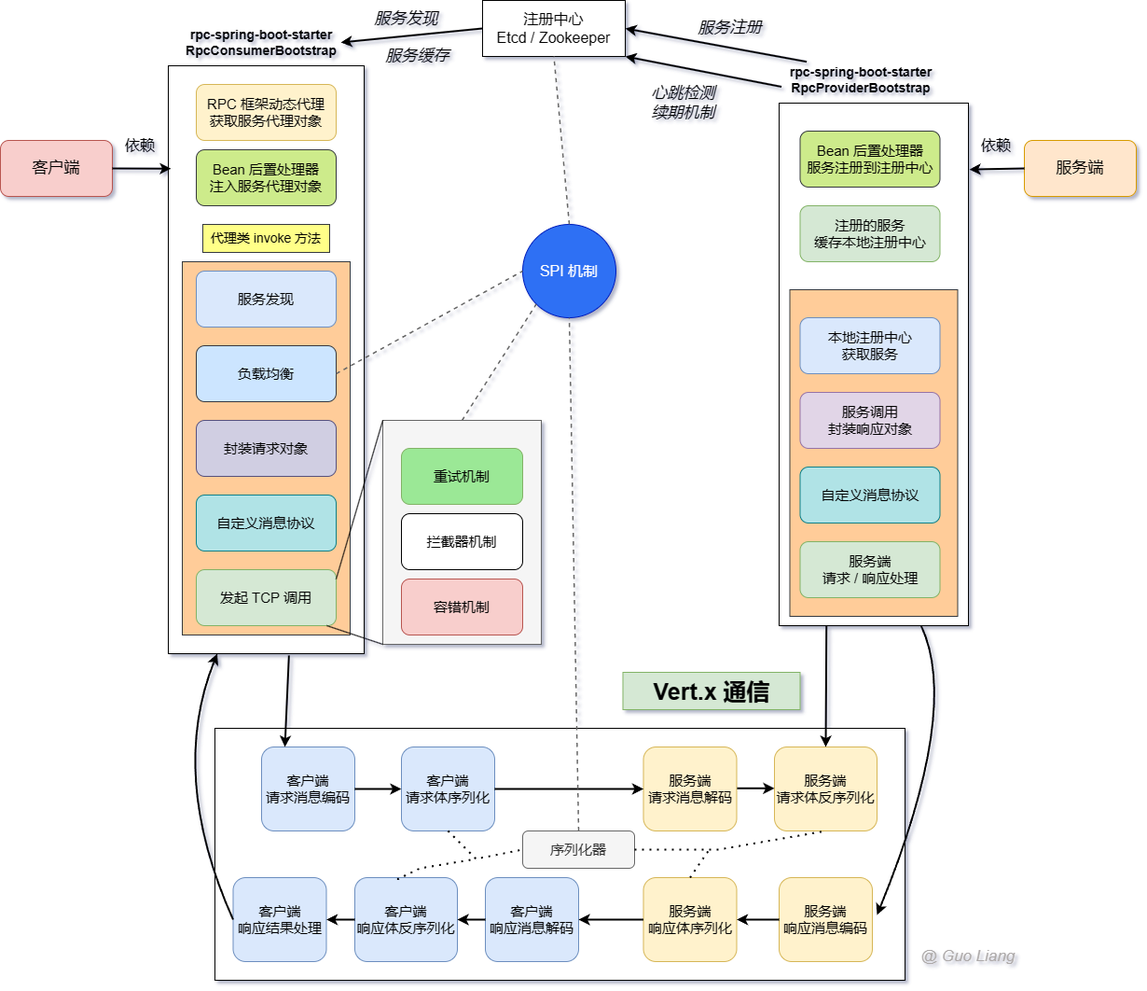
Above: docs/rpc.png in LiangG0329/my-rpc (draw.io), before the change. Source tidied: cells renumbered, new cells last; positions are measured from the earlier drawing's top-left corner, leaving out a move shared by most shapes.
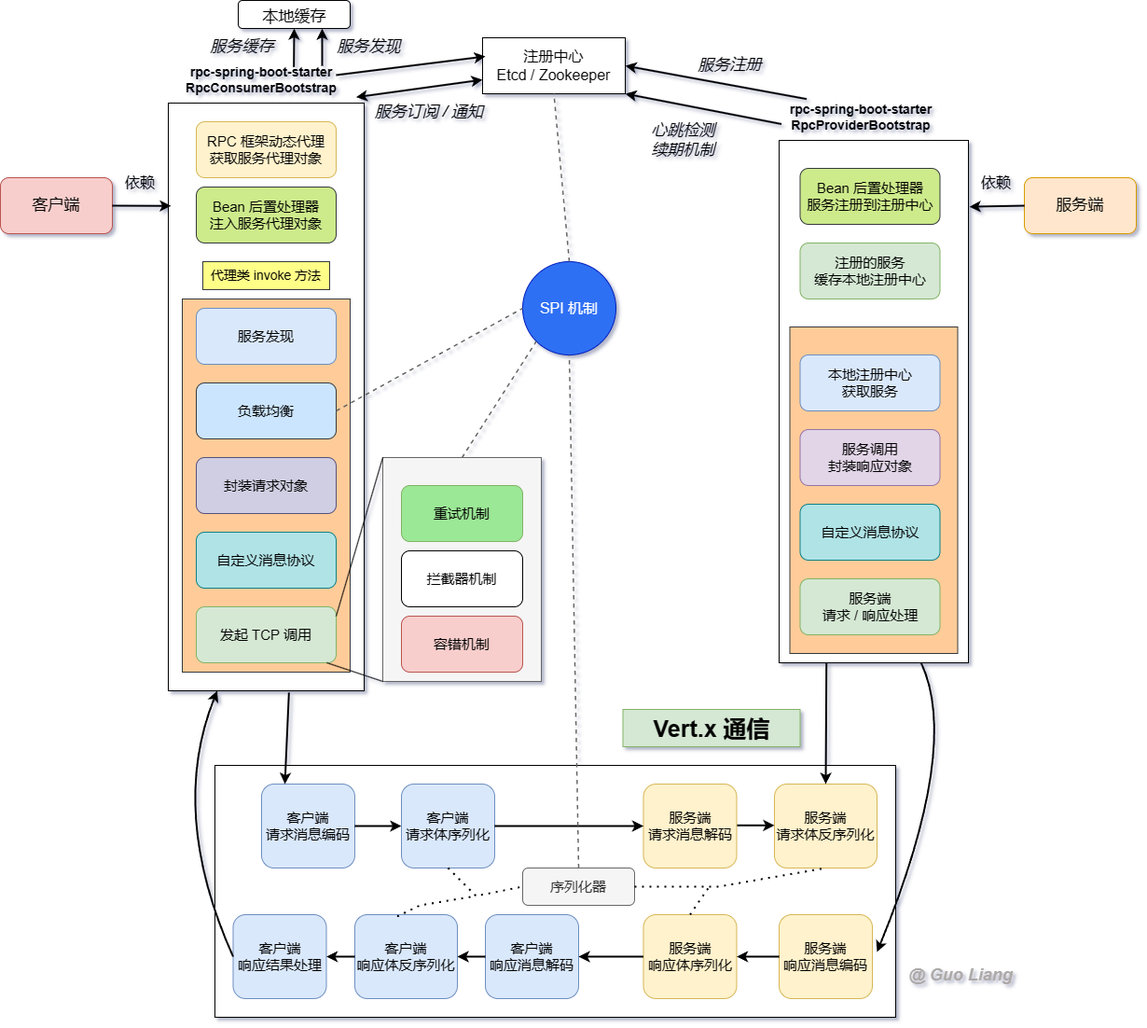
Above is the later version.

What changed in the source:
```diff
@@ -2,6 +2,9 @@
   <root>
     <mxCell id="0" />
     <mxCell id="1" parent="0" />
+    <mxCell id="77" style="rounded=1;whiteSpace=wrap;html=1;" parent="1" vertex="1">
+      <mxGeometry x="255" y="-40" width="120" height="30" as="geometry" />
+    </mxCell>
     <mxCell id="2" style="rounded=0;whiteSpace=wrap;html=1;fillColor=#f5f5f5;fontColor=#333333;strokeColor=#666666;" parent="1" vertex="1">
       <mxGeometry x="410" y="450" width="170" height="240" as="geometry" />
     </mxCell>
@@ -69,7 +72,7 @@
       <mxGeometry x="210" y="610" width="150" height="60" as="geometry" />
     </mxCell>
     <mxCell id="24" style="rounded=0;whiteSpace=wrap;html=1;" parent="1" vertex="1">
-      <mxGeometry x="230" y="780" width="740" height="270" as="geometry" />
+      <mxGeometry x="230" y="780" width="730" height="270" as="geometry" />
     </mxCell>
     <mxCell id="25" value="&lt;font style=&quot;font-size: 15px;&quot;&gt;客户端&lt;/font&gt;&lt;div&gt;&lt;font style=&quot;font-size: 15px;&quot;&gt;请求体&lt;/font&gt;&lt;span style=&quot;font-size: 15px; background-color: initial;&quot;&gt;序列化&lt;/span&gt;&lt;/div&gt;" style="rounded=1;whiteSpace=wrap;html=1;fillColor=#dae8fc;strokeColor=#6c8ebf;" parent="1" vertex="1">
       <mxGeometry x="430" y="800" width="100" height="90" as="geometry" />
@@ -193,8 +196,11 @@
     <mxCell id="56" value="&lt;font style=&quot;font-size: 16px;&quot;&gt;注册中心&lt;/font&gt;&lt;div&gt;&lt;font style=&quot;font-size: 16px;&quot;&gt;Etcd / Zookeeper&lt;/font&gt;&lt;/div&gt;" style="rounded=0;whiteSpace=wrap;html=1;strokeColor=default;align=center;verticalAlign=middle;fontFamily=Helvetica;fontSize=12;fontColor=default;fillColor=default;" parent="1" vertex="1">
       <mxGeometry x="517" width="153" height="60" as="geometry" />
     </mxCell>
-    <mxCell id="57" style="endArrow=classic;html=1;rounded=0;fontFamily=Helvetica;fontSize=12;fontColor=default;entryX=1;entryY=0.5;entryDx=0;entryDy=0;exitX=0;exitY=0.5;exitDx=0;exitDy=0;strokeWidth=2;" parent="1" edge="1" source="56" target="59">
-      <mxGeometry relative="1" as="geometry" />
+    <mxCell id="57" style="endArrow=classic;html=1;rounded=0;fontFamily=Helvetica;fontSize=12;fontColor=default;strokeWidth=2;" parent="1" edge="1">
+      <mxGeometry relative="1" as="geometry">
+        <mxPoint x="360" y="40" as="sourcePoint" />
+        <mxPoint x="520" y="20" as="targetPoint" />
+      </mxGeometry>
     </mxCell>
     <mxCell id="58" style="endArrow=classic;html=1;rounded=0;fontFamily=Helvetica;fontSize=12;fontColor=default;entryX=1;entryY=0.5;entryDx=0;entryDy=0;strokeWidth=2;exitX=0.159;exitY=-0.144;exitDx=0;exitDy=0;exitPerimeter=0;" parent="1" edge="1" source="60" target="56">
       <mxGeometry relative="1" as="geometry" />
@@ -206,7 +212,7 @@
       <mxGeometry x="837.5" y="70" width="170" height="30" as="geometry" />
     </mxCell>
     <mxCell id="61" value="&lt;font style=&quot;font-size: 17px;&quot;&gt;&lt;i&gt;服务发现&lt;/i&gt;&lt;/font&gt;" style="text;html=1;align=center;verticalAlign=middle;whiteSpace=wrap;rounded=0;fontFamily=Helvetica;fontSize=12;fontColor=default;" parent="1" vertex="1">
-      <mxGeometry x="392.5" y="10" width="85" height="20" as="geometry" />
+      <mxGeometry x="353" width="85" height="20" as="geometry" />
     </mxCell>
     <mxCell id="62" value="&lt;font style=&quot;font-size: 17px;&quot;&gt;&lt;i&gt;服务注册&lt;/i&gt;&lt;/font&gt;" style="text;html=1;align=center;verticalAlign=middle;whiteSpace=wrap;rounded=0;fontFamily=Helvetica;fontSize=12;fontColor=default;" parent="1" vertex="1">
       <mxGeometry x="740" y="20" width="85" height="20" as="geometry" />
@@ -217,8 +223,8 @@
     <mxCell id="64" value="&lt;font style=&quot;font-size: 17px;&quot;&gt;&lt;i&gt;心跳检测&lt;/i&gt;&lt;/font&gt;&lt;div&gt;&lt;font style=&quot;font-size: 17px;&quot;&gt;&lt;i&gt;续期机制&lt;/i&gt;&lt;/font&gt;&lt;/div&gt;" style="text;html=1;align=center;verticalAlign=middle;whiteSpace=wrap;rounded=0;fontFamily=Helvetica;fontSize=12;fontColor=default;" parent="1" vertex="1">
       <mxGeometry x="689.5" y="80" width="85" height="60" as="geometry" />
     </mxCell>
-    <mxCell id="65" value="&lt;font style=&quot;font-size: 17px;&quot;&gt;&lt;i&gt;服务缓存&lt;/i&gt;&lt;/font&gt;" style="text;html=1;align=center;verticalAlign=middle;whiteSpace=wrap;rounded=0;fontFamily=Helvetica;fontSize=12;fontColor=default;" parent="1" vertex="1">
-      <mxGeometry x="405" y="50" width="85" height="20" as="geometry" />
+    <mxCell id="65" value="&lt;font style=&quot;font-size: 17px;&quot;&gt;本地缓存&lt;/font&gt;" style="text;html=1;align=center;verticalAlign=middle;whiteSpace=wrap;rounded=0;fontFamily=Helvetica;fontSize=12;fontColor=default;" parent="1" vertex="1">
+      <mxGeometry x="272.5" y="-30" width="85" height="15" as="geometry" />
     </mxCell>
     <mxCell id="66" value="&lt;font style=&quot;font-size: 16px;&quot;&gt;SPI 机制&lt;/font&gt;" style="ellipse;whiteSpace=wrap;html=1;strokeColor=#001DBC;align=center;verticalAlign=middle;fontFamily=Helvetica;fontSize=12;fontColor=#ffffff;fillColor=#2f70f4;" parent="1" vertex="1">
       <mxGeometry x="560" y="240" width="100" height="100" as="geometry" />
@@ -265,8 +271,25 @@
     <mxCell id="75" style="endArrow=none;dashed=1;html=1;rounded=0;fontFamily=Helvetica;fontSize=12;fontColor=default;entryX=0.5;entryY=1;entryDx=0;entryDy=0;exitX=0.5;exitY=0;exitDx=0;exitDy=0;strokeWidth=1.5;fillColor=#f5f5f5;strokeColor=#666666;" parent="1" edge="1" source="66" target="56">
       <mxGeometry relative="1" as="geometry" />
     </mxCell>
-    <mxCell id="76" value="&lt;font color=&quot;#ada9a9&quot; size=&quot;1&quot; style=&quot;&quot;&gt;&lt;i style=&quot;font-size: 17px;&quot;&gt;@ Guo Liang&lt;/i&gt;&lt;/font&gt;" style="text;html=1;align=center;verticalAlign=middle;whiteSpace=wrap;rounded=0;fontFamily=Helvetica;fontSize=12;fontColor=default;" parent="1" vertex="1">
-      <mxGeometry x="978" y="1010" width="120" height="30" as="geometry" />
+    <mxCell id="76" value="&lt;font color=&quot;#ada9a9&quot; size=&quot;1&quot; style=&quot;&quot;&gt;&lt;i style=&quot;font-size: 18px;&quot;&gt;&lt;b&gt;@ Guo Liang&lt;/b&gt;&lt;/i&gt;&lt;/font&gt;" style="text;html=1;align=center;verticalAlign=middle;whiteSpace=wrap;rounded=0;fontFamily=Helvetica;fontSize=12;fontColor=default;" parent="1" vertex="1">
+      <mxGeometry x="970" y="990" width="120" height="30" as="geometry" />
     </mxCell>
+    <mxCell id="78" style="endArrow=classic;html=1;rounded=0;strokeWidth=2;entryX=0.75;entryY=1;entryDx=0;entryDy=0;" parent="1" edge="1" target="77">
+      <mxGeometry relative="1" as="geometry">
+        <mxPoint x="345" y="30" as="sourcePoint" />
+      </mxGeometry>
+    </mxCell>
+    <mxCell id="79" value="&lt;font style=&quot;font-size: 17px;&quot;&gt;&lt;i&gt;服务订阅 / 通知&lt;/i&gt;&lt;/font&gt;" style="text;html=1;align=center;verticalAlign=middle;whiteSpace=wrap;rounded=0;fontFamily=Helvetica;fontSize=12;fontColor=default;" parent="1" vertex="1">
+      <mxGeometry x="400" y="70" width="120" height="20" as="geometry" />
+    </mxCell>
+    <mxCell id="80" style="endArrow=classic;startArrow=classic;html=1;rounded=0;entryX=0;entryY=0.75;entryDx=0;entryDy=0;exitX=0.959;exitY=-0.01;exitDx=0;exitDy=0;strokeWidth=2;exitPerimeter=0;" parent="1" edge="1" source="4" target="56">
+      <mxGeometry relative="1" as="geometry" />
+    </mxCell>
+    <mxCell id="81" style="endArrow=classic;html=1;rounded=0;strokeWidth=2;entryX=0.5;entryY=1;entryDx=0;entryDy=0;exitX=0.704;exitY=0.044;exitDx=0;exitDy=0;exitPerimeter=0;" parent="1" edge="1" source="59" target="77">
+      <mxGeometry relative="1" as="geometry" />
+    </mxCell>
+    <mxCell id="82" value="&lt;font style=&quot;font-size: 17px;&quot;&gt;&lt;i&gt;服务缓存&lt;/i&gt;&lt;/font&gt;" style="text;html=1;align=center;verticalAlign=middle;whiteSpace=wrap;rounded=0;fontFamily=Helvetica;fontSize=12;fontColor=default;" parent="1" vertex="1">
+      <mxGeometry x="217" width="85" height="20" as="geometry" />
+    </mxCell>
   </root>
 </mxGraphModel>
```
